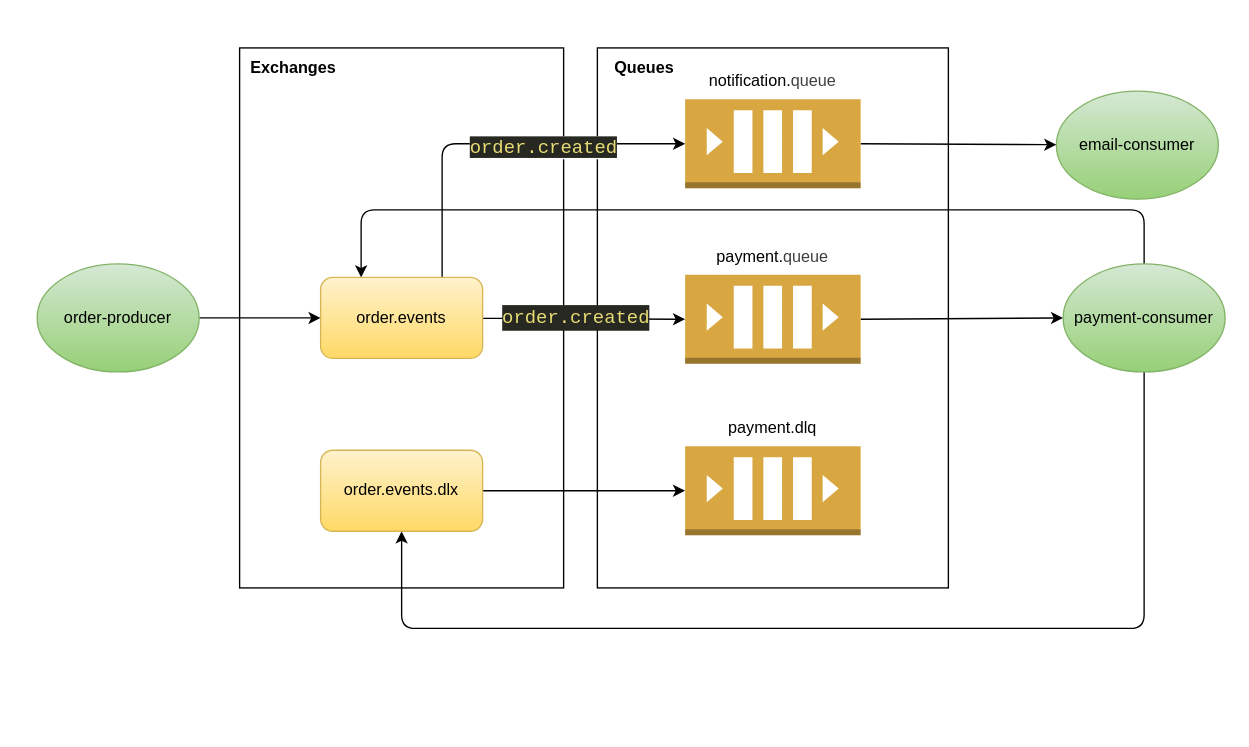
Earlier version of the draw.io diagram flow.drawio (erickluz/mensageria-lab). Source tidied: cells renumbered, new cells numbered last; positions are measured from the earlier drawing's top-left corner, leaving out a move shared by most shapes. Both pictures are drawn from the tidied source at 135%, with x=0, y=0 at pixel (36, 23).
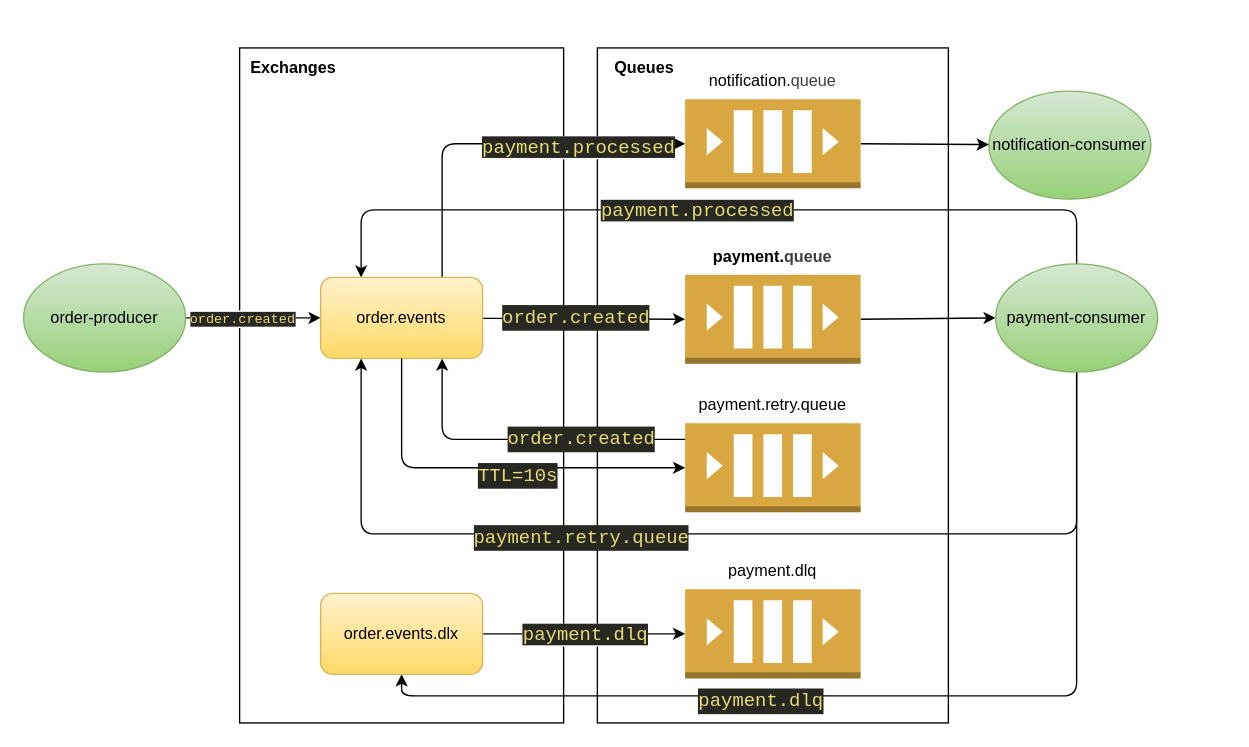
The same diagram, later.

Commit message (it also covers changes not shown here):
feat: Update flow diagram and enhance visual representation in flow.drawio and flow.png

Unchanged cells that the change refers to:
```xml
<mxCell id="4" style="edgeStyle=none;html=1;" parent="1" edge="1" source="5" target="22">
  <mxGeometry relative="1" as="geometry" />
</mxCell>
<mxCell id="12" style="edgeStyle=none;html=1;entryX=0;entryY=0.5;entryDx=0;entryDy=0;entryPerimeter=0;" parent="1" edge="1" source="23" target="10">
  <mxGeometry relative="1" as="geometry" />
</mxCell>
<mxCell id="15" style="edgeStyle=orthogonalEdgeStyle;html=1;exitX=0.75;exitY=0;exitDx=0;exitDy=0;entryX=0;entryY=0.5;entryDx=0;entryDy=0;entryPerimeter=0;" parent="1" edge="1" source="22" target="29">
  <mxGeometry relative="1" as="geometry" />
</mxCell>
<mxCell id="22" value="order.events" style="rounded=1;whiteSpace=wrap;html=1;fillColor=#fff2cc;strokeColor=#d6b656;gradientColor=#ffd966;" parent="1" vertex="1">
  <mxGeometry x="210" y="188" width="120" height="60" as="geometry" />
</mxCell>
<mxCell id="25" style="group;" parent="1" vertex="1">
  <mxGeometry x="480" y="158" width="130" height="94" as="geometry" />
</mxCell>
```

What changed in the source:
```diff
@@
     <mxCell id="2" style="rounded=0;whiteSpace=wrap;html=1;" parent="1" vertex="1">
-      <mxGeometry x="415" y="18" width="260" height="400" as="geometry" />
+      <mxGeometry x="415" y="18" width="260" height="500" as="geometry" />
     </mxCell>
     <mxCell id="3" style="rounded=0;whiteSpace=wrap;html=1;" parent="1" vertex="1">
-      <mxGeometry x="150" y="18" width="240" height="400" as="geometry" />
+      <mxGeometry x="150" y="18" width="240" height="500" as="geometry" />
     </mxCell>
@@
+    <mxCell id="33" value="&lt;span style=&quot;color: rgb(230, 219, 116); font-family: Consolas, &amp;quot;Courier New&amp;quot;, monospace; white-space-collapse: preserve; background-color: rgb(39, 40, 34);&quot;&gt;order.created&lt;/span&gt;" style="edgeLabel;html=1;align=center;verticalAlign=middle;fontSize=10;" parent="4" vertex="1">
+      <mxGeometry x="-0.19" relative="1" as="geometry" />
+    </mxCell>
     <mxCell id="5" value="order-producer" style="ellipse;whiteSpace=wrap;html=1;fillColor=#d5e8d4;gradientColor=#97d077;strokeColor=#82b366;" parent="1" vertex="1">
-      <mxGeometry y="178" width="120" height="80" as="geometry" />
+      <mxGeometry x="-10" y="178" width="120" height="80" as="geometry" />
     </mxCell>
@@
     <mxCell id="9" style="group;" parent="1" vertex="1">
-      <mxGeometry x="480" y="285" width="130" height="94" as="geometry" />
+      <mxGeometry x="480" y="391" width="130" height="94" as="geometry" />
     </mxCell>
@@
+    <mxCell id="34" value="&lt;span style=&quot;color: rgb(230, 219, 116); font-family: Consolas, &amp;quot;Courier New&amp;quot;, monospace; font-size: 14px; white-space-collapse: preserve; background-color: rgb(39, 40, 34);&quot;&gt;payment.dlq&lt;/span&gt;" style="edgeLabel;html=1;align=center;verticalAlign=middle;" parent="12" vertex="1">
+      <mxGeometry relative="1" as="geometry" />
+    </mxCell>
     <mxCell id="13" style="edgeStyle=orthogonalEdgeStyle;html=1;entryX=0.25;entryY=0;entryDx=0;entryDy=0;exitX=0.5;exitY=0;exitDx=0;exitDy=0;" parent="1" edge="1" source="31" target="22">
       <mxGeometry relative="1" as="geometry">
         <Array as="points">
-          <mxPoint x="820" y="138" />
+          <mxPoint x="770" y="138" />
           <mxPoint x="240" y="138" />
         </Array>
       </mxGeometry>
     </mxCell>
+    <mxCell id="35" value="&lt;span style=&quot;color: rgb(230, 219, 116); font-family: Consolas, &amp;quot;Courier New&amp;quot;, monospace; font-size: 14px; white-space-collapse: preserve; background-color: rgb(39, 40, 34);&quot;&gt;payment.processed&lt;/span&gt;" style="edgeLabel;html=1;align=center;verticalAlign=middle;" parent="13" vertex="1">
+      <mxGeometry x="0.04" relative="1" as="geometry" />
+    </mxCell>
     <mxCell id="14" style="edgeStyle=orthogonalEdgeStyle;html=1;entryX=0.5;entryY=1;entryDx=0;entryDy=0;exitX=0.5;exitY=1;exitDx=0;exitDy=0;" parent="1" edge="1" source="31" target="23">
       <mxGeometry relative="1" as="geometry">
         <Array as="points">
-          <mxPoint x="820" y="448" />
-          <mxPoint x="270" y="448" />
+          <mxPoint x="770" y="498" />
+          <mxPoint x="270" y="498" />
         </Array>
       </mxGeometry>
     </mxCell>
+    <mxCell id="36" value="&lt;div style=&quot;color: rgb(248, 248, 242); background-color: rgb(39, 40, 34); font-family: Consolas, &amp;quot;Courier New&amp;quot;, monospace; font-size: 14px; line-height: 19px; white-space-collapse: preserve;&quot;&gt;&lt;span style=&quot;color: #e6db74;&quot;&gt;payment.dlq&lt;/span&gt;&lt;/div&gt;" style="edgeLabel;html=1;align=center;verticalAlign=middle;" parent="14" vertex="1">
+      <mxGeometry x="0.07" y="3" relative="1" as="geometry">
+        <mxPoint x="-71" as="offset" />
+      </mxGeometry>
+    </mxCell>
@@
-    <mxCell id="18" value="&lt;span style=&quot;color: rgb(230, 219, 116); font-family: Consolas, &amp;quot;Courier New&amp;quot;, monospace; font-size: 14px; white-space-collapse: preserve; background-color: rgb(39, 40, 34);&quot;&gt;order.created&lt;/span&gt;" style="edgeLabel;html=1;align=center;verticalAlign=middle;" parent="15" vertex="1">
-      <mxGeometry x="0.24" y="-2" relative="1" as="geometry" />
+    <mxCell id="18" value="&lt;span style=&quot;color: rgb(230, 219, 116); font-family: Consolas, &amp;quot;Courier New&amp;quot;, monospace; font-size: 14px; white-space-collapse: preserve; background-color: rgb(39, 40, 34);&quot;&gt;payment.processed&lt;/span&gt;" style="edgeLabel;html=1;align=center;verticalAlign=middle;" parent="15" vertex="1">
+      <mxGeometry x="0.24" y="-2" relative="1" as="geometry">
+        <mxPoint x="26" as="offset" />
+      </mxGeometry>
     </mxCell>
     <mxCell id="19" style="group;" parent="1" vertex="1">
-      <mxGeometry x="760" width="120" height="130" as="geometry" />
+      <mxGeometry x="710" width="120" height="130" as="geometry" />
     </mxCell>
-    <mxCell id="20" value="email-consumer" style="ellipse;whiteSpace=wrap;html=1;fillColor=#d5e8d4;gradientColor=#97d077;strokeColor=#82b366;" parent="19" vertex="1">
+    <mxCell id="20" value="notification-consumer" style="ellipse;whiteSpace=wrap;html=1;fillColor=#d5e8d4;gradientColor=#97d077;strokeColor=#82b366;" parent="19" vertex="1">
       <mxGeometry x="-5" y="50" width="120" height="80" as="geometry" />
     </mxCell>
@@
     <mxCell id="23" value="order.events.dlx" style="rounded=1;whiteSpace=wrap;html=1;fillColor=#fff2cc;strokeColor=#d6b656;gradientColor=#ffd966;" parent="1" vertex="1">
-      <mxGeometry x="210" y="316" width="120" height="60" as="geometry" />
+      <mxGeometry x="210" y="422" width="120" height="60" as="geometry" />
     </mxCell>
@@
-    <mxCell id="27" value="payment.&lt;span style=&quot;color: rgb(63, 63, 63); background-color: transparent;&quot;&gt;queue&lt;/span&gt;" style="text;html=1;align=center;verticalAlign=middle;whiteSpace=wrap;rounded=0;" parent="25" vertex="1">
+    <mxCell id="27" value="payment.&lt;span style=&quot;color: rgb(63, 63, 63); background-color: transparent;&quot;&gt;queue&lt;/span&gt;" style="text;html=1;align=center;verticalAlign=middle;whiteSpace=wrap;rounded=0;fontStyle=1;" parent="25" vertex="1">
       <mxGeometry x="35" width="60" height="30" as="geometry" />
     </mxCell>
@@
+    <mxCell id="37" style="edgeStyle=orthogonalEdgeStyle;html=1;entryX=0.25;entryY=1;entryDx=0;entryDy=0;" parent="1" edge="1" source="31" target="22">
+      <mxGeometry relative="1" as="geometry">
+        <Array as="points">
+          <mxPoint x="770" y="378" />
+          <mxPoint x="240" y="378" />
+        </Array>
+      </mxGeometry>
+    </mxCell>
+    <mxCell id="38" value="&lt;div style=&quot;color: rgb(248, 248, 242); background-color: rgb(39, 40, 34); font-family: Consolas, &amp;quot;Courier New&amp;quot;, monospace; font-size: 14px; line-height: 19px; white-space-collapse: preserve;&quot;&gt;&lt;span style=&quot;color: #e6db74;&quot;&gt;payment.retry.queue&lt;/span&gt;&lt;/div&gt;" style="edgeLabel;html=1;align=center;verticalAlign=middle;" parent="37" vertex="1">
+      <mxGeometry x="0.25" y="2" relative="1" as="geometry" />
+    </mxCell>
     <mxCell id="31" value="payment-consumer" style="ellipse;whiteSpace=wrap;html=1;fillColor=#d5e8d4;gradientColor=#97d077;strokeColor=#82b366;" parent="1" vertex="1">
-      <mxGeometry x="760" y="178" width="120" height="80" as="geometry" />
+      <mxGeometry x="710" y="178" width="120" height="80" as="geometry" />
     </mxCell>
@@
+    <mxCell id="39" style="group;" parent="1" vertex="1">
+      <mxGeometry x="480" y="268" width="130" height="94" as="geometry" />
+    </mxCell>
+    <mxCell id="40" style="outlineConnect=0;dashed=0;verticalLabelPosition=bottom;verticalAlign=top;align=center;html=1;shape=mxgraph.aws3.queue;fillColor=#D9A741;gradientColor=none;" parent="39" vertex="1">
+      <mxGeometry y="28" width="130" height="66" as="geometry" />
+    </mxCell>
+    <mxCell id="41" value="payment.retry.queue" style="text;html=1;align=center;verticalAlign=middle;whiteSpace=wrap;rounded=0;" parent="39" vertex="1">
+      <mxGeometry x="35" width="60" height="30" as="geometry" />
+    </mxCell>
+    <mxCell id="42" style="edgeStyle=orthogonalEdgeStyle;html=1;exitX=0.5;exitY=1;exitDx=0;exitDy=0;entryX=0;entryY=0.5;entryDx=0;entryDy=0;entryPerimeter=0;" parent="1" edge="1" source="22" target="40">
+      <mxGeometry relative="1" as="geometry" />
+    </mxCell>
+    <mxCell id="43" value="&lt;div style=&quot;color: rgb(248, 248, 242); background-color: rgb(39, 40, 34); font-family: Consolas, &amp;quot;Courier New&amp;quot;, monospace; font-size: 14px; line-height: 19px; white-space-collapse: preserve;&quot;&gt;&lt;span style=&quot;color: #e6db74;&quot;&gt;TTL=10s&lt;/span&gt;&lt;/div&gt;" style="edgeLabel;html=1;align=center;verticalAlign=middle;" parent="42" vertex="1">
+      <mxGeometry x="0.14" y="-5" relative="1" as="geometry" />
+    </mxCell>
+    <mxCell id="44" style="edgeStyle=orthogonalEdgeStyle;html=1;entryX=0.75;entryY=1;entryDx=0;entryDy=0;" parent="1" edge="1" source="40" target="22">
+      <mxGeometry relative="1" as="geometry">
+        <Array as="points">
+          <mxPoint x="300" y="308" />
+        </Array>
+      </mxGeometry>
+    </mxCell>
+    <mxCell id="45" value="&lt;div style=&quot;color: rgb(248, 248, 242); background-color: rgb(39, 40, 34); font-family: Consolas, &amp;quot;Courier New&amp;quot;, monospace; font-size: 14px; line-height: 19px; white-space-collapse: preserve;&quot;&gt;&lt;span style=&quot;color: #e6db74;&quot;&gt;order.created&lt;/span&gt;&lt;/div&gt;" style="edgeLabel;html=1;align=center;verticalAlign=middle;" parent="44" vertex="1">
+      <mxGeometry x="-0.35" y="-1" relative="1" as="geometry" />
+    </mxCell>
```
